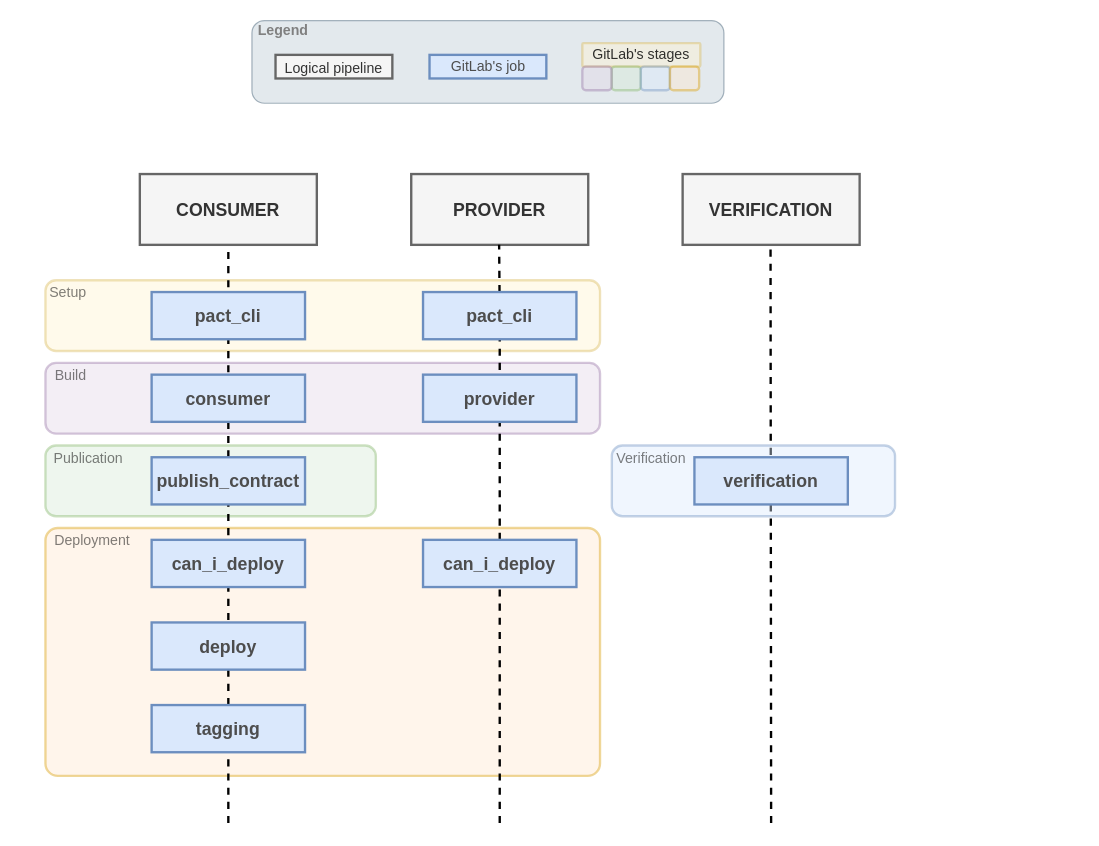
Above: images/pipelines-diagram.drawio in GeorgeT88/contract-testing-workshop (draw.io), before the change. Source tidied: cells renumbered, new cells numbered last; positions are measured from the earlier drawing's top-left corner, leaving out a move shared by most shapes. Both pictures are drawn from the tidied source at 118%, with x=0, y=0 at pixel (45, 20).
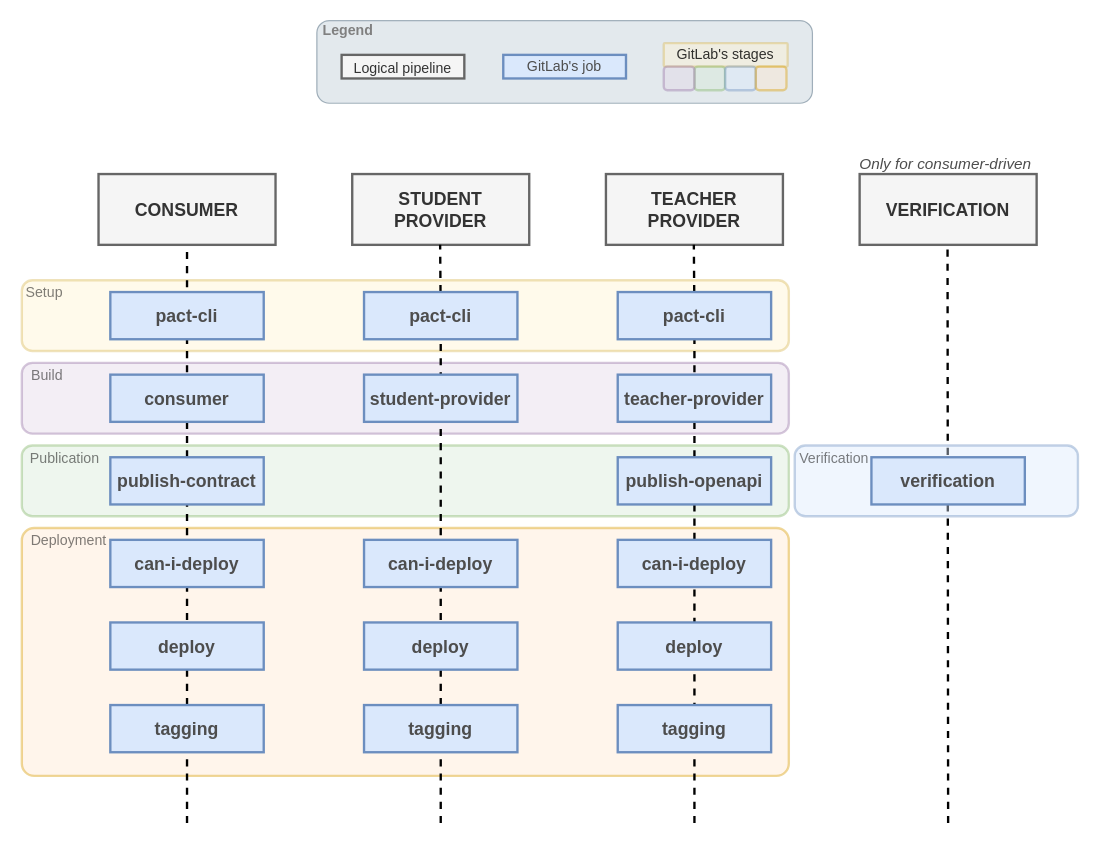
Above is the later version.

What changed in the source:
```diff
@@
     <mxCell id="2" value="Deployment" style="rounded=1;whiteSpace=wrap;html=1;labelPosition=left;verticalLabelPosition=top;align=right;verticalAlign=bottom;spacing=-35;spacingTop=0;spacingBottom=17;fillColor=#ffe6cc;strokeColor=#d79b00;strokeWidth=2;textOpacity=50;opacity=40;spacingRight=-37;imageHeight=24;arcSize=5;" parent="1" vertex="1">
-      <mxGeometry y="430" width="470" height="210" as="geometry" />
+      <mxGeometry x="-20" y="430" width="650" height="210" as="geometry" />
     </mxCell>
     <mxCell id="3" value="Publication" style="rounded=1;whiteSpace=wrap;html=1;labelPosition=left;verticalLabelPosition=top;align=right;verticalAlign=bottom;spacing=-35;spacingTop=0;spacingBottom=17;fillColor=#d5e8d4;strokeColor=#82b366;strokeWidth=2;textOpacity=50;opacity=40;spacingRight=-31;" parent="1" vertex="1">
-      <mxGeometry y="360" width="280" height="60" as="geometry" />
+      <mxGeometry x="-20" y="360" width="650" height="60" as="geometry" />
     </mxCell>
     <mxCell id="4" value="Build" style="rounded=1;whiteSpace=wrap;html=1;labelPosition=left;verticalLabelPosition=top;align=right;verticalAlign=bottom;spacing=-35;spacingTop=0;spacingBottom=17;fillColor=#e1d5e7;strokeColor=#9673a6;strokeWidth=2;textOpacity=50;opacity=40;" parent="1" vertex="1">
-      <mxGeometry y="290" width="470" height="60" as="geometry" />
+      <mxGeometry x="-20" y="290" width="650" height="60" as="geometry" />
     </mxCell>
     <mxCell id="5" value="Setup" style="rounded=1;whiteSpace=wrap;html=1;labelPosition=left;verticalLabelPosition=top;align=right;verticalAlign=bottom;spacing=-35;spacingTop=0;spacingBottom=17;fillColor=#fff2cc;strokeColor=#d6b656;strokeWidth=2;fontColor=#000000;textOpacity=50;opacity=40;" parent="1" vertex="1">
-      <mxGeometry y="220" width="470" height="60" as="geometry" />
+      <mxGeometry x="-20" y="220" width="650" height="60" as="geometry" />
     </mxCell>
     <mxCell id="6" value="CONSUMER" style="rounded=0;whiteSpace=wrap;html=1;fillColor=#f5f5f5;fontColor=#333333;strokeColor=#666666;fontStyle=1;fontSize=15;strokeWidth=2;" parent="1" vertex="1">
-      <mxGeometry x="80" y="130" width="150" height="60" as="geometry" />
+      <mxGeometry x="45" y="130" width="150" height="60" as="geometry" />
     </mxCell>
-    <mxCell id="7" value="PROVIDER" style="rounded=0;whiteSpace=wrap;html=1;fillColor=#f5f5f5;fontColor=#333333;strokeColor=#666666;fontStyle=1;fontSize=15;strokeWidth=2;" parent="1" vertex="1">
-      <mxGeometry x="310" y="130" width="150" height="60" as="geometry" />
+    <mxCell id="7" value="STUDENT PROVIDER" style="rounded=0;whiteSpace=wrap;html=1;fillColor=#f5f5f5;fontColor=#333333;strokeColor=#666666;fontStyle=1;fontSize=15;strokeWidth=2;" parent="1" vertex="1">
+      <mxGeometry x="260" y="130" width="150" height="60" as="geometry" />
     </mxCell>
     <mxCell id="8" value="VERIFICATION" style="rounded=0;whiteSpace=wrap;html=1;fillColor=#f5f5f5;fontColor=#333333;strokeColor=#666666;fontStyle=1;fontSize=15;strokeWidth=2;" parent="1" vertex="1">
-      <mxGeometry x="540" y="130" width="150" height="60" as="geometry" />
+      <mxGeometry x="690" y="130" width="150" height="60" as="geometry" />
     </mxCell>
@@
     <mxCell id="10" style="endArrow=none;dashed=1;html=1;rounded=0;entryX=0.5;entryY=1;entryDx=0;entryDy=0;strokeWidth=2;" parent="1" edge="1" source="14">
       <mxGeometry relative="1" as="geometry">
-        <mxPoint x="384.5" y="190" as="targetPoint" />
+        <mxPoint x="334.5" y="190" as="targetPoint" />
       </mxGeometry>
     </mxCell>
     <mxCell id="11" style="endArrow=none;dashed=1;html=1;rounded=0;entryX=0.5;entryY=1;entryDx=0;entryDy=0;strokeWidth=2;" parent="1" edge="1">
       <mxGeometry relative="1" as="geometry">
-        <mxPoint x="615" y="680" as="sourcePoint" />
-        <mxPoint x="614.5" y="190" as="targetPoint" />
+        <mxPoint x="765" y="680" as="sourcePoint" />
+        <mxPoint x="764.5" y="190" as="targetPoint" />
       </mxGeometry>
     </mxCell>
-    <mxCell id="12" value="pact_cli" style="rounded=0;whiteSpace=wrap;html=1;fillColor=#dae8fc;strokeColor=#6c8ebf;fontStyle=1;fontColor=#4D4D4D;fontSize=15;labelBorderColor=none;strokeWidth=2;" parent="1" vertex="1">
-      <mxGeometry x="90" y="230" width="130" height="40" as="geometry" />
+    <mxCell id="12" value="pact-cli" style="rounded=0;whiteSpace=wrap;html=1;fillColor=#dae8fc;strokeColor=#6c8ebf;fontStyle=1;fontColor=#4D4D4D;fontSize=15;labelBorderColor=none;strokeWidth=2;" parent="1" vertex="1">
+      <mxGeometry x="55" y="230" width="130" height="40" as="geometry" />
     </mxCell>
-    <mxCell id="13" style="endArrow=none;dashed=1;html=1;rounded=0;entryX=0.5;entryY=1;entryDx=0;entryDy=0;strokeWidth=2;" parent="1" edge="1" target="14">
-      <mxGeometry relative="1" as="geometry">
-        <mxPoint x="385" y="680" as="sourcePoint" />
-      </mxGeometry>
+    <mxCell id="13" style="endArrow=none;dashed=1;html=1;rounded=0;entryX=0.5;entryY=1;entryDx=0;entryDy=0;strokeWidth=2;" parent="1" edge="1" source="47" target="14">
+      <mxGeometry relative="1" as="geometry" />
     </mxCell>
-    <mxCell id="14" value="pact_cli" style="rounded=0;whiteSpace=wrap;html=1;fillColor=#dae8fc;strokeColor=#6c8ebf;fontStyle=1;fontColor=#4D4D4D;fontSize=15;labelBorderColor=none;strokeWidth=2;" parent="1" vertex="1">
-      <mxGeometry x="320" y="230" width="130" height="40" as="geometry" />
+    <mxCell id="14" value="pact-cli" style="rounded=0;whiteSpace=wrap;html=1;fillColor=#dae8fc;strokeColor=#6c8ebf;fontStyle=1;fontColor=#4D4D4D;fontSize=15;labelBorderColor=none;strokeWidth=2;" parent="1" vertex="1">
+      <mxGeometry x="270" y="230" width="130" height="40" as="geometry" />
     </mxCell>
     <mxCell id="15" value="consumer" style="rounded=0;whiteSpace=wrap;html=1;fillColor=#dae8fc;strokeColor=#6c8ebf;fontStyle=1;fontColor=#4D4D4D;fontSize=15;labelBorderColor=none;strokeWidth=2;" parent="1" vertex="1">
-      <mxGeometry x="90" y="300" width="130" height="40" as="geometry" />
+      <mxGeometry x="55" y="300" width="130" height="40" as="geometry" />
     </mxCell>
-    <mxCell id="16" value="provider" style="rounded=0;whiteSpace=wrap;html=1;fillColor=#dae8fc;strokeColor=#6c8ebf;fontStyle=1;fontColor=#4D4D4D;fontSize=15;labelBorderColor=none;strokeWidth=2;" parent="1" vertex="1">
-      <mxGeometry x="320" y="300" width="130" height="40" as="geometry" />
+    <mxCell id="16" value="student-provider" style="rounded=0;whiteSpace=wrap;html=1;fillColor=#dae8fc;strokeColor=#6c8ebf;fontStyle=1;fontColor=#4D4D4D;fontSize=15;labelBorderColor=none;strokeWidth=2;" parent="1" vertex="1">
+      <mxGeometry x="270" y="300" width="130" height="40" as="geometry" />
     </mxCell>
@@
-    <mxCell id="18" value="publish_contract" style="rounded=0;whiteSpace=wrap;html=1;fillColor=#dae8fc;strokeColor=#6c8ebf;fontStyle=1;fontColor=#4D4D4D;fontSize=15;labelBorderColor=none;strokeWidth=2;" parent="1" vertex="1">
-      <mxGeometry x="90" y="370" width="130" height="40" as="geometry" />
+    <mxCell id="18" value="publish-contract" style="rounded=0;whiteSpace=wrap;html=1;fillColor=#dae8fc;strokeColor=#6c8ebf;fontStyle=1;fontColor=#4D4D4D;fontSize=15;labelBorderColor=none;strokeWidth=2;" parent="1" vertex="1">
+      <mxGeometry x="55" y="370" width="130" height="40" as="geometry" />
     </mxCell>
-    <mxCell id="19" value="can_i_deploy" style="rounded=0;whiteSpace=wrap;html=1;fillColor=#dae8fc;strokeColor=#6c8ebf;fontStyle=1;fontColor=#4D4D4D;fontSize=15;labelBorderColor=none;strokeWidth=2;" parent="1" vertex="1">
-      <mxGeometry x="90" y="440" width="130" height="40" as="geometry" />
+    <mxCell id="19" value="can-i-deploy" style="rounded=0;whiteSpace=wrap;html=1;fillColor=#dae8fc;strokeColor=#6c8ebf;fontStyle=1;fontColor=#4D4D4D;fontSize=15;labelBorderColor=none;strokeWidth=2;" parent="1" vertex="1">
+      <mxGeometry x="55" y="440" width="130" height="40" as="geometry" />
     </mxCell>
-    <mxCell id="20" value="can_i_deploy" style="rounded=0;whiteSpace=wrap;html=1;fillColor=#dae8fc;strokeColor=#6c8ebf;fontStyle=1;fontColor=#4D4D4D;fontSize=15;labelBorderColor=none;strokeWidth=2;" parent="1" vertex="1">
-      <mxGeometry x="320" y="440" width="130" height="40" as="geometry" />
+    <mxCell id="20" value="can-i-deploy" style="rounded=0;whiteSpace=wrap;html=1;fillColor=#dae8fc;strokeColor=#6c8ebf;fontStyle=1;fontColor=#4D4D4D;fontSize=15;labelBorderColor=none;strokeWidth=2;" parent="1" vertex="1">
+      <mxGeometry x="270" y="440" width="130" height="40" as="geometry" />
     </mxCell>
     <mxCell id="21" value="deploy" style="rounded=0;whiteSpace=wrap;html=1;fillColor=#dae8fc;strokeColor=#6c8ebf;fontStyle=1;fontColor=#4D4D4D;fontSize=15;labelBorderColor=none;strokeWidth=2;" parent="1" vertex="1">
-      <mxGeometry x="90" y="510" width="130" height="40" as="geometry" />
+      <mxGeometry x="55" y="510" width="130" height="40" as="geometry" />
     </mxCell>
     <mxCell id="22" style="endArrow=none;dashed=1;html=1;rounded=0;entryX=0.5;entryY=1;entryDx=0;entryDy=0;strokeWidth=2;" parent="1" edge="1" target="23">
       <mxGeometry relative="1" as="geometry">
-        <mxPoint x="155" y="680" as="sourcePoint" />
+        <mxPoint x="120" y="680" as="sourcePoint" />
       </mxGeometry>
     </mxCell>
     <mxCell id="23" value="tagging" style="rounded=0;whiteSpace=wrap;html=1;fillColor=#dae8fc;strokeColor=#6c8ebf;fontStyle=1;fontColor=#4D4D4D;fontSize=15;labelBorderColor=none;strokeWidth=2;" parent="1" vertex="1">
-      <mxGeometry x="90" y="580" width="130" height="40" as="geometry" />
+      <mxGeometry x="55" y="580" width="130" height="40" as="geometry" />
     </mxCell>
     <mxCell id="24" value="Verification" style="rounded=1;whiteSpace=wrap;html=1;labelPosition=left;verticalLabelPosition=top;align=right;verticalAlign=bottom;spacing=-35;spacingTop=0;spacingBottom=17;fillColor=#dae8fc;strokeColor=#6c8ebf;strokeWidth=2;textOpacity=50;opacity=40;spacingRight=-28;" parent="1" vertex="1">
-      <mxGeometry x="480" y="360" width="240" height="60" as="geometry" />
+      <mxGeometry x="635" y="360" width="240" height="60" as="geometry" />
     </mxCell>
     <mxCell id="25" value="verification" style="rounded=0;whiteSpace=wrap;html=1;fillColor=#dae8fc;strokeColor=#6c8ebf;fontStyle=1;fontColor=#4D4D4D;fontSize=15;labelBorderColor=none;strokeWidth=2;" parent="1" vertex="1">
-      <mxGeometry x="550" y="370" width="130" height="40" as="geometry" />
+      <mxGeometry x="700" y="370" width="130" height="40" as="geometry" />
     </mxCell>
+    <mxCell id="36" value="TEACHER PROVIDER" style="rounded=0;whiteSpace=wrap;html=1;fillColor=#f5f5f5;fontColor=#333333;strokeColor=#666666;fontStyle=1;fontSize=15;strokeWidth=2;" parent="1" vertex="1">
+      <mxGeometry x="475" y="130" width="150" height="60" as="geometry" />
+    </mxCell>
+    <mxCell id="37" style="endArrow=none;dashed=1;html=1;rounded=0;entryX=0.5;entryY=1;entryDx=0;entryDy=0;strokeWidth=2;" parent="1" edge="1" source="39">
+      <mxGeometry relative="1" as="geometry">
+        <mxPoint x="549.5" y="190" as="targetPoint" />
+      </mxGeometry>
+    </mxCell>
+    <mxCell id="38" style="endArrow=none;dashed=1;html=1;rounded=0;entryX=0.5;entryY=1;entryDx=0;entryDy=0;strokeWidth=2;" parent="1" edge="1" source="42" target="39">
+      <mxGeometry relative="1" as="geometry" />
+    </mxCell>
+    <mxCell id="39" value="pact-cli" style="rounded=0;whiteSpace=wrap;html=1;fillColor=#dae8fc;strokeColor=#6c8ebf;fontStyle=1;fontColor=#4D4D4D;fontSize=15;labelBorderColor=none;strokeWidth=2;" parent="1" vertex="1">
+      <mxGeometry x="485" y="230" width="130" height="40" as="geometry" />
+    </mxCell>
+    <mxCell id="40" value="teacher-provider" style="rounded=0;whiteSpace=wrap;html=1;fillColor=#dae8fc;strokeColor=#6c8ebf;fontStyle=1;fontColor=#4D4D4D;fontSize=15;labelBorderColor=none;strokeWidth=2;" parent="1" vertex="1">
+      <mxGeometry x="485" y="300" width="130" height="40" as="geometry" />
+    </mxCell>
+    <mxCell id="41" style="endArrow=none;dashed=1;html=1;rounded=0;entryX=0.5;entryY=1;entryDx=0;entryDy=0;strokeWidth=2;" parent="1" edge="1" target="42">
+      <mxGeometry relative="1" as="geometry">
+        <mxPoint x="550" y="680" as="sourcePoint" />
+      </mxGeometry>
+    </mxCell>
+    <mxCell id="42" value="publish-openapi" style="rounded=0;whiteSpace=wrap;html=1;fillColor=#dae8fc;strokeColor=#6c8ebf;fontStyle=1;fontColor=#4D4D4D;fontSize=15;labelBorderColor=none;strokeWidth=2;" parent="1" vertex="1">
+      <mxGeometry x="485" y="370" width="130" height="40" as="geometry" />
+    </mxCell>
+    <mxCell id="43" value="can-i-deploy" style="rounded=0;whiteSpace=wrap;html=1;fillColor=#dae8fc;strokeColor=#6c8ebf;fontStyle=1;fontColor=#4D4D4D;fontSize=15;labelBorderColor=none;strokeWidth=2;" parent="1" vertex="1">
+      <mxGeometry x="485" y="440" width="130" height="40" as="geometry" />
+    </mxCell>
+    <mxCell id="44" value="deploy" style="rounded=0;whiteSpace=wrap;html=1;fillColor=#dae8fc;strokeColor=#6c8ebf;fontStyle=1;fontColor=#4D4D4D;fontSize=15;labelBorderColor=none;strokeWidth=2;" parent="1" vertex="1">
+      <mxGeometry x="270" y="510" width="130" height="40" as="geometry" />
+    </mxCell>
+    <mxCell id="45" value="deploy" style="rounded=0;whiteSpace=wrap;html=1;fillColor=#dae8fc;strokeColor=#6c8ebf;fontStyle=1;fontColor=#4D4D4D;fontSize=15;labelBorderColor=none;strokeWidth=2;" parent="1" vertex="1">
+      <mxGeometry x="485" y="510" width="130" height="40" as="geometry" />
+    </mxCell>
+    <mxCell id="46" style="endArrow=none;dashed=1;html=1;rounded=0;entryX=0.5;entryY=1;entryDx=0;entryDy=0;strokeWidth=2;" parent="1" edge="1" target="47">
+      <mxGeometry relative="1" as="geometry">
+        <mxPoint x="335" y="680" as="sourcePoint" />
+      </mxGeometry>
+    </mxCell>
+    <mxCell id="47" value="tagging" style="rounded=0;whiteSpace=wrap;html=1;fillColor=#dae8fc;strokeColor=#6c8ebf;fontStyle=1;fontColor=#4D4D4D;fontSize=15;labelBorderColor=none;strokeWidth=2;" parent="1" vertex="1">
+      <mxGeometry x="270" y="580" width="130" height="40" as="geometry" />
+    </mxCell>
+    <mxCell id="48" value="tagging" style="rounded=0;whiteSpace=wrap;html=1;fillColor=#dae8fc;strokeColor=#6c8ebf;fontStyle=1;fontColor=#4D4D4D;fontSize=15;labelBorderColor=none;strokeWidth=2;" parent="1" vertex="1">
+      <mxGeometry x="485" y="580" width="130" height="40" as="geometry" />
+    </mxCell>
+    <mxCell id="49" style="group;" parent="1" vertex="1">
+      <mxGeometry x="230" width="420" height="70" as="geometry" />
+    </mxCell>
-    <mxCell id="26" value="&lt;b&gt;&lt;font&gt;Legend&lt;/font&gt;&lt;/b&gt;" style="rounded=1;whiteSpace=wrap;html=1;labelPosition=left;verticalLabelPosition=top;align=right;verticalAlign=bottom;fillColor=#bac8d3;strokeColor=#23445d;opacity=40;spacingRight=-32;spacing=-16;fontColor=#808080;" parent="1" vertex="1">
-      <mxGeometry x="175" width="400" height="70" as="geometry" />
+    <mxCell id="26" value="&lt;b&gt;&lt;font&gt;Legend&lt;/font&gt;&lt;/b&gt;" style="rounded=1;whiteSpace=wrap;html=1;labelPosition=left;verticalLabelPosition=top;align=right;verticalAlign=bottom;fillColor=#bac8d3;strokeColor=#23445d;opacity=40;spacingRight=-32;spacing=-16;fontColor=#808080;" parent="49" vertex="1">
+      <mxGeometry width="420" height="70" as="geometry" />
     </mxCell>
-    <mxCell id="27" value="GitLab's job" style="rounded=0;whiteSpace=wrap;html=1;fillColor=#dae8fc;strokeColor=#6c8ebf;fontStyle=0;fontColor=#4D4D4D;fontSize=12;labelBorderColor=none;strokeWidth=2;" parent="1" vertex="1">
-      <mxGeometry x="325.5" y="29" width="99" height="20" as="geometry" />
+    <mxCell id="27" value="GitLab's job" style="rounded=0;whiteSpace=wrap;html=1;fillColor=#dae8fc;strokeColor=#6c8ebf;fontStyle=0;fontColor=#4D4D4D;fontSize=12;labelBorderColor=none;strokeWidth=2;" parent="49" vertex="1">
+      <mxGeometry x="158" y="29" width="104" height="20" as="geometry" />
     </mxCell>
-    <mxCell id="28" value="&lt;font style=&quot;font-size: 12px;&quot;&gt;Logical pipeline&lt;/font&gt;" style="rounded=0;whiteSpace=wrap;html=1;fillColor=#f5f5f5;fontColor=#333333;strokeColor=#666666;fontStyle=0;fontSize=15;strokeWidth=2;" parent="1" vertex="1">
-      <mxGeometry x="195" y="29" width="99" height="20" as="geometry" />
+    <mxCell id="28" value="&lt;font style=&quot;font-size: 12px;&quot;&gt;Logical pipeline&lt;/font&gt;" style="rounded=0;whiteSpace=wrap;html=1;fillColor=#f5f5f5;fontColor=#333333;strokeColor=#666666;fontStyle=0;fontSize=15;strokeWidth=2;" parent="49" vertex="1">
+      <mxGeometry x="21" y="29" width="104" height="20" as="geometry" />
     </mxCell>
-    <mxCell id="29" style="group;" parent="1" vertex="1">
-      <mxGeometry x="455" y="19" width="100" height="40" as="geometry" />
+    <mxCell id="29" style="group;" parent="49" vertex="1">
+      <mxGeometry x="294" y="19" width="105" height="40" as="geometry" />
     </mxCell>
     <mxCell id="30" value="GitLab's stages" style="rounded=1;whiteSpace=wrap;html=1;labelPosition=center;verticalLabelPosition=middle;align=center;verticalAlign=middle;spacing=0;spacingTop=0;spacingBottom=0;fillColor=#fff2cc;strokeColor=#d6b656;strokeWidth=2;textOpacity=80;opacity=40;spacingRight=0;imageHeight=24;arcSize=5;" parent="29" vertex="1">
-      <mxGeometry width="100" height="20" as="geometry" />
+      <mxGeometry width="105" height="20" as="geometry" />
     </mxCell>
     <mxCell id="31" style="group;" parent="29" vertex="1">
-      <mxGeometry y="20" width="99" height="20" as="geometry" />
+      <mxGeometry y="20" width="104" height="20" as="geometry" />
     </mxCell>
     <mxCell id="32" style="rounded=1;whiteSpace=wrap;html=1;labelPosition=left;verticalLabelPosition=top;align=right;verticalAlign=bottom;spacing=-35;spacingTop=0;spacingBottom=17;fillColor=#d5e8d4;strokeColor=#82b366;strokeWidth=2;textOpacity=50;opacity=40;" parent="31" vertex="1">
-      <mxGeometry x="24.8" width="24.8" height="20" as="geometry" />
+      <mxGeometry x="26" width="26" height="20" as="geometry" />
     </mxCell>
     <mxCell id="33" style="rounded=1;whiteSpace=wrap;html=1;labelPosition=left;verticalLabelPosition=top;align=right;verticalAlign=bottom;spacing=-35;spacingTop=0;spacingBottom=17;fillColor=#dae8fc;strokeColor=#6c8ebf;strokeWidth=2;textOpacity=50;opacity=40;" parent="31" vertex="1">
-      <mxGeometry x="49.5" width="24.8" height="20" as="geometry" />
+      <mxGeometry x="52" width="26" height="20" as="geometry" />
     </mxCell>
     <mxCell id="34" style="rounded=1;whiteSpace=wrap;html=1;labelPosition=left;verticalLabelPosition=top;align=right;verticalAlign=bottom;spacing=-35;spacingTop=0;spacingBottom=17;fillColor=#ffe6cc;strokeColor=#d79b00;strokeWidth=2;textOpacity=50;opacity=40;" parent="31" vertex="1">
-      <mxGeometry x="74.2" width="24.8" height="20" as="geometry" />
+      <mxGeometry x="78" width="26" height="20" as="geometry" />
     </mxCell>
     <mxCell id="35" style="rounded=1;whiteSpace=wrap;html=1;labelPosition=left;verticalLabelPosition=top;align=right;verticalAlign=bottom;spacing=-35;spacingTop=0;spacingBottom=17;fillColor=#e1d5e7;strokeColor=#9673a6;strokeWidth=2;textOpacity=50;opacity=40;" parent="31" vertex="1">
-      <mxGeometry width="24.8" height="20" as="geometry" />
+      <mxGeometry width="26" height="20" as="geometry" />
     </mxCell>
+    <mxCell id="50" value="&lt;i&gt;&lt;font style=&quot;font-size: 13px;&quot; color=&quot;#4d4d4d&quot;&gt;Only for consumer-driven&lt;/font&gt;&lt;/i&gt;" style="text;html=1;align=center;verticalAlign=middle;whiteSpace=wrap;rounded=0;" parent="1" vertex="1">
+      <mxGeometry x="688" y="106" width="150" height="30" as="geometry" />
+    </mxCell>
```
